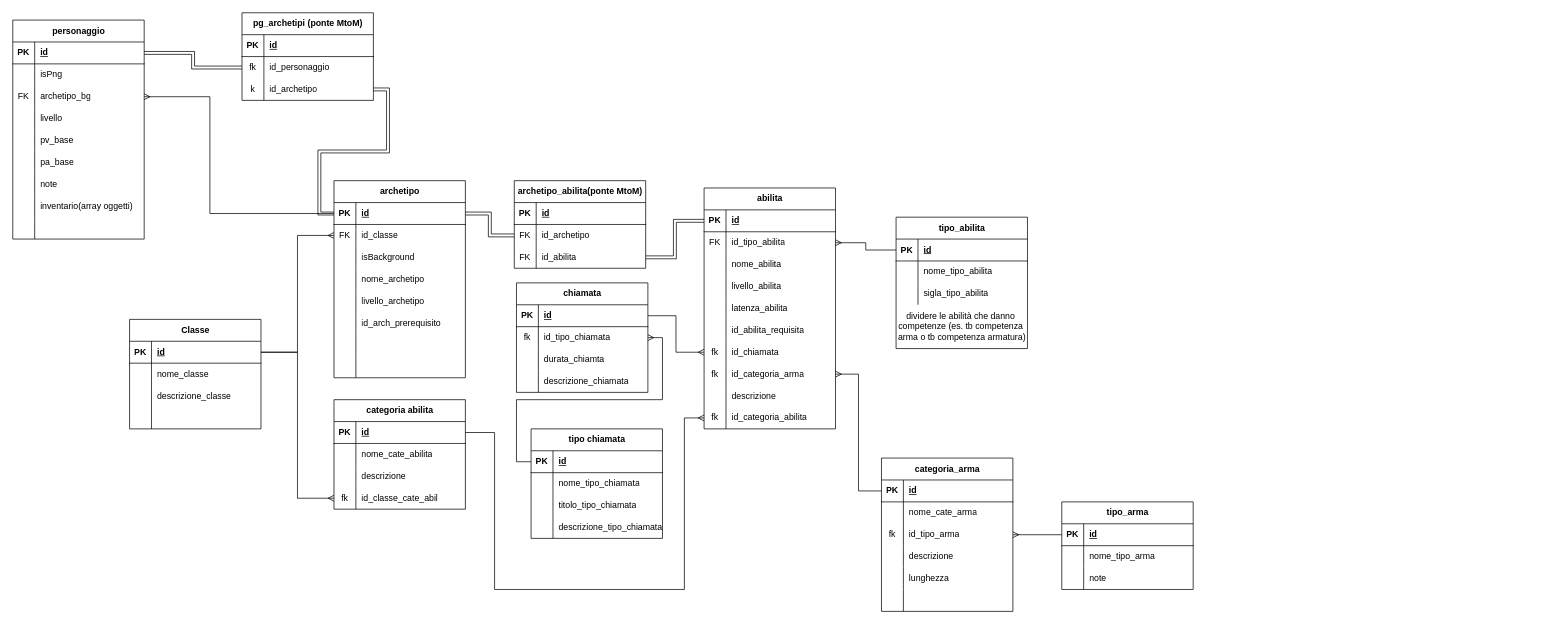
AntonioStrignano/conache-app keeps this draw.io diagram as cronache.drawio. Above is the earlier version. Source tidied: cells renumbered, new cells numbered last; positions are measured from the earlier drawing's top-left corner, leaving out a move shared by most shapes. Both pictures are drawn from the tidied source at 73%, with x=0, y=0 at pixel (12, 12).
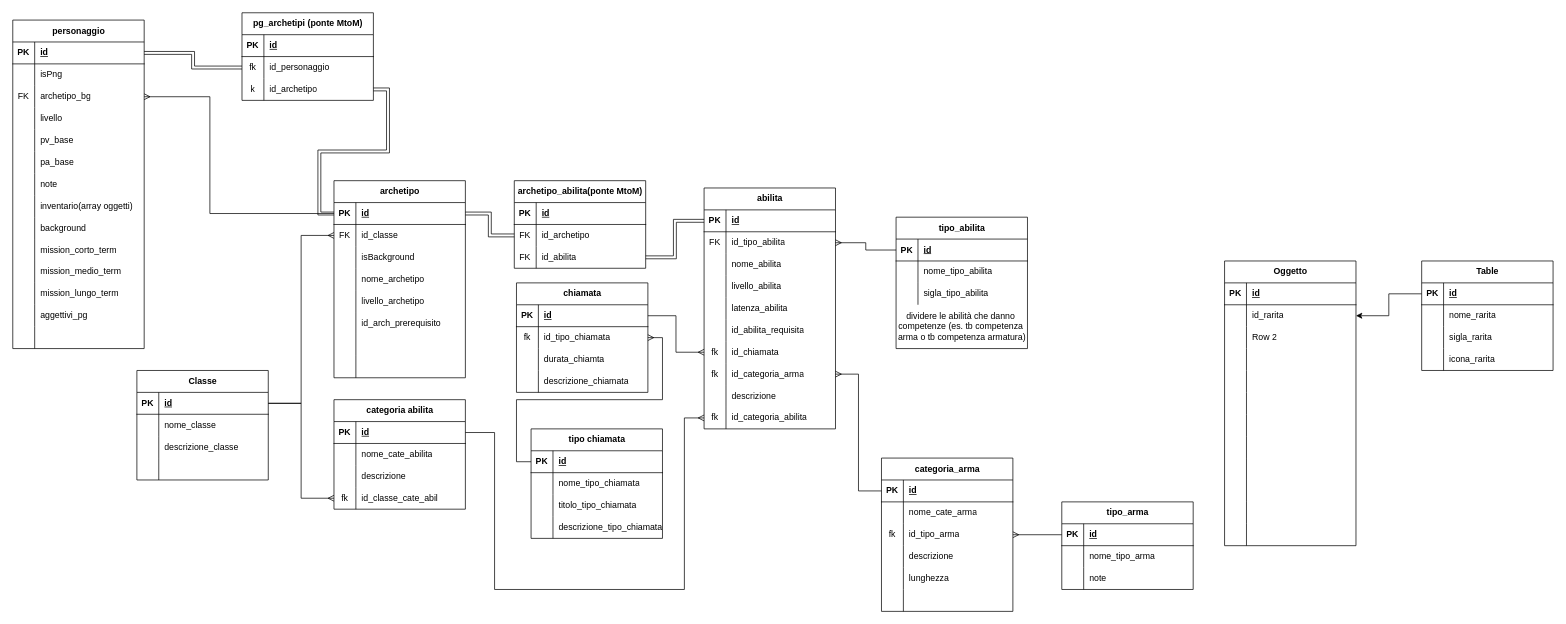
Above is the later version.

Unchanged cells that the change refers to:
```xml
<mxCell id="27" style="shape=tableRow;horizontal=0;startSize=0;swimlaneHead=0;swimlaneBody=0;fillColor=none;top=0;left=0;right=0;bottom=0;" parent="2" vertex="1">
  <mxGeometry y="270" width="180" height="30" as="geometry" />
</mxCell>
```

What changed in the source:
```diff
@@
     <mxCell id="2" value="personaggio" style="shape=table;startSize=30;childLayout=tableLayout;rowLines=0;fontStyle=1;align=center;html=1;" parent="1" vertex="1">
-      <mxGeometry y="10" width="180" height="300" as="geometry" />
+      <mxGeometry y="10" width="180" height="450" as="geometry" />
     </mxCell>
@@
-    <mxCell id="29" style="shape=partialRectangle;fillColor=none;top=0;left=0;bottom=0;right=0;align=left;spacingLeft=6;overflow=hidden;whiteSpace=wrap;html=1;" parent="27" vertex="1">
+    <mxCell id="29" value="background" style="shape=partialRectangle;fillColor=none;top=0;left=0;bottom=0;right=0;align=left;spacingLeft=6;overflow=hidden;whiteSpace=wrap;html=1;" parent="27" vertex="1">
       <mxGeometry x="30" width="150" height="30" as="geometry" />
     </mxCell>
+    <mxCell id="211" style="shape=tableRow;horizontal=0;startSize=0;swimlaneHead=0;swimlaneBody=0;fillColor=none;top=0;left=0;right=0;bottom=0;" parent="2" vertex="1">
+      <mxGeometry y="300" width="180" height="30" as="geometry" />
+    </mxCell>
+    <mxCell id="212" style="shape=partialRectangle;fillColor=none;top=0;left=0;bottom=0;right=0;overflow=hidden;whiteSpace=wrap;html=1;" parent="211" vertex="1">
+      <mxGeometry width="30" height="30" as="geometry" />
+    </mxCell>
+    <mxCell id="213" value="mission_corto_term" style="shape=partialRectangle;fillColor=none;top=0;left=0;bottom=0;right=0;align=left;spacingLeft=6;overflow=hidden;whiteSpace=wrap;html=1;" parent="211" vertex="1">
+      <mxGeometry x="30" width="150" height="30" as="geometry" />
+    </mxCell>
+    <mxCell id="214" style="shape=tableRow;horizontal=0;startSize=0;swimlaneHead=0;swimlaneBody=0;fillColor=none;top=0;left=0;right=0;bottom=0;" parent="2" vertex="1">
+      <mxGeometry y="330" width="180" height="30" as="geometry" />
+    </mxCell>
+    <mxCell id="215" style="shape=partialRectangle;fillColor=none;top=0;left=0;bottom=0;right=0;overflow=hidden;whiteSpace=wrap;html=1;" parent="214" vertex="1">
+      <mxGeometry width="30" height="30" as="geometry" />
+    </mxCell>
+    <mxCell id="216" value="mission_medio_term" style="shape=partialRectangle;fillColor=none;top=0;left=0;bottom=0;right=0;align=left;spacingLeft=6;overflow=hidden;whiteSpace=wrap;html=1;" parent="214" vertex="1">
+      <mxGeometry x="30" width="150" height="30" as="geometry" />
+    </mxCell>
+    <mxCell id="217" style="shape=tableRow;horizontal=0;startSize=0;swimlaneHead=0;swimlaneBody=0;fillColor=none;top=0;left=0;right=0;bottom=0;" parent="2" vertex="1">
+      <mxGeometry y="360" width="180" height="30" as="geometry" />
+    </mxCell>
+    <mxCell id="218" style="shape=partialRectangle;fillColor=none;top=0;left=0;bottom=0;right=0;overflow=hidden;whiteSpace=wrap;html=1;" parent="217" vertex="1">
+      <mxGeometry width="30" height="30" as="geometry" />
+    </mxCell>
+    <mxCell id="219" value="mission_lungo_term" style="shape=partialRectangle;fillColor=none;top=0;left=0;bottom=0;right=0;align=left;spacingLeft=6;overflow=hidden;whiteSpace=wrap;html=1;" parent="217" vertex="1">
+      <mxGeometry x="30" width="150" height="30" as="geometry" />
+    </mxCell>
+    <mxCell id="220" style="shape=tableRow;horizontal=0;startSize=0;swimlaneHead=0;swimlaneBody=0;fillColor=none;top=0;left=0;right=0;bottom=0;" parent="2" vertex="1">
+      <mxGeometry y="390" width="180" height="30" as="geometry" />
+    </mxCell>
+    <mxCell id="221" style="shape=partialRectangle;fillColor=none;top=0;left=0;bottom=0;right=0;overflow=hidden;whiteSpace=wrap;html=1;" parent="220" vertex="1">
+      <mxGeometry width="30" height="30" as="geometry" />
+    </mxCell>
+    <mxCell id="222" value="aggettivi_pg" style="shape=partialRectangle;fillColor=none;top=0;left=0;bottom=0;right=0;align=left;spacingLeft=6;overflow=hidden;whiteSpace=wrap;html=1;" parent="220" vertex="1">
+      <mxGeometry x="30" width="150" height="30" as="geometry" />
+    </mxCell>
+    <mxCell id="223" style="shape=tableRow;horizontal=0;startSize=0;swimlaneHead=0;swimlaneBody=0;fillColor=none;top=0;left=0;right=0;bottom=0;" parent="2" vertex="1">
+      <mxGeometry y="420" width="180" height="30" as="geometry" />
+    </mxCell>
+    <mxCell id="224" style="shape=partialRectangle;fillColor=none;top=0;left=0;bottom=0;right=0;overflow=hidden;whiteSpace=wrap;html=1;" parent="223" vertex="1">
+      <mxGeometry width="30" height="30" as="geometry" />
+    </mxCell>
+    <mxCell id="225" style="shape=partialRectangle;fillColor=none;top=0;left=0;bottom=0;right=0;align=left;spacingLeft=6;overflow=hidden;whiteSpace=wrap;html=1;" parent="223" vertex="1">
+      <mxGeometry x="30" width="150" height="30" as="geometry" />
+    </mxCell>
@@
     <mxCell id="136" value="Classe" style="shape=table;startSize=30;childLayout=tableLayout;rowLines=0;fontStyle=1;align=center;html=1;" parent="1" vertex="1">
-      <mxGeometry x="160" y="420" width="180" height="150" as="geometry" />
+      <mxGeometry x="170" y="490" width="180" height="150" as="geometry" />
     </mxCell>
@@
+    <mxCell id="226" value="Oggetto" style="shape=table;startSize=30;childLayout=tableLayout;rowLines=0;fontStyle=1;align=center;html=1;" parent="1" vertex="1">
+      <mxGeometry x="1660" y="340" width="180" height="390" as="geometry" />
+    </mxCell>
+    <mxCell id="227" style="shape=tableRow;horizontal=0;startSize=0;swimlaneHead=0;swimlaneBody=0;fillColor=none;top=0;left=0;right=0;bottom=1;" parent="226" vertex="1">
+      <mxGeometry y="30" width="180" height="30" as="geometry" />
+    </mxCell>
+    <mxCell id="228" value="PK" style="shape=partialRectangle;fillColor=none;top=0;left=0;bottom=0;right=0;fontStyle=1;overflow=hidden;whiteSpace=wrap;html=1;" parent="227" vertex="1">
+      <mxGeometry width="30" height="30" as="geometry" />
+    </mxCell>
+    <mxCell id="229" value="id" style="shape=partialRectangle;fillColor=none;top=0;left=0;bottom=0;right=0;align=left;spacingLeft=6;fontStyle=5;overflow=hidden;whiteSpace=wrap;html=1;" parent="227" vertex="1">
+      <mxGeometry x="30" width="150" height="30" as="geometry" />
+    </mxCell>
+    <mxCell id="230" style="shape=tableRow;horizontal=0;startSize=0;swimlaneHead=0;swimlaneBody=0;fillColor=none;points=[[0,0.5],[1,0.5]];portConstraint=eastwest;top=0;left=0;right=0;bottom=0;" parent="226" vertex="1">
+      <mxGeometry y="60" width="180" height="30" as="geometry" />
+    </mxCell>
+    <mxCell id="231" style="shape=partialRectangle;fillColor=none;top=0;left=0;bottom=0;right=0;overflow=hidden;whiteSpace=wrap;html=1;" parent="230" vertex="1">
+      <mxGeometry width="30" height="30" as="geometry" />
+    </mxCell>
+    <mxCell id="232" value="id_rarita" style="shape=partialRectangle;fillColor=none;top=0;left=0;bottom=0;right=0;align=left;spacingLeft=6;overflow=hidden;whiteSpace=wrap;html=1;" parent="230" vertex="1">
+      <mxGeometry x="30" width="150" height="30" as="geometry" />
+    </mxCell>
+    <mxCell id="233" style="shape=tableRow;horizontal=0;startSize=0;swimlaneHead=0;swimlaneBody=0;fillColor=none;top=0;left=0;right=0;bottom=0;" parent="226" vertex="1">
+      <mxGeometry y="90" width="180" height="30" as="geometry" />
+    </mxCell>
+    <mxCell id="234" style="shape=partialRectangle;fillColor=none;top=0;left=0;bottom=0;right=0;overflow=hidden;whiteSpace=wrap;html=1;" parent="233" vertex="1">
+      <mxGeometry width="30" height="30" as="geometry" />
+    </mxCell>
+    <mxCell id="235" value="Row 2" style="shape=partialRectangle;fillColor=none;top=0;left=0;bottom=0;right=0;align=left;spacingLeft=6;overflow=hidden;whiteSpace=wrap;html=1;" parent="233" vertex="1">
+      <mxGeometry x="30" width="150" height="30" as="geometry" />
+    </mxCell>
+    <mxCell id="236" style="shape=tableRow;horizontal=0;startSize=0;swimlaneHead=0;swimlaneBody=0;fillColor=none;top=0;left=0;right=0;bottom=0;" parent="226" vertex="1">
+      <mxGeometry y="120" width="180" height="30" as="geometry" />
+    </mxCell>
+    <mxCell id="237" style="shape=partialRectangle;fillColor=none;top=0;left=0;bottom=0;right=0;overflow=hidden;whiteSpace=wrap;html=1;" parent="236" vertex="1">
+      <mxGeometry width="30" height="30" as="geometry" />
+    </mxCell>
+    <mxCell id="238" style="shape=partialRectangle;fillColor=none;top=0;left=0;bottom=0;right=0;align=left;spacingLeft=6;overflow=hidden;whiteSpace=wrap;html=1;" parent="236" vertex="1">
+      <mxGeometry x="30" width="150" height="30" as="geometry" />
+    </mxCell>
+    <mxCell id="239" style="shape=tableRow;horizontal=0;startSize=0;swimlaneHead=0;swimlaneBody=0;fillColor=none;top=0;left=0;right=0;bottom=0;" parent="226" vertex="1">
+      <mxGeometry y="150" width="180" height="30" as="geometry" />
+    </mxCell>
+    <mxCell id="240" style="shape=partialRectangle;fillColor=none;top=0;left=0;bottom=0;right=0;overflow=hidden;whiteSpace=wrap;html=1;" parent="239" vertex="1">
+      <mxGeometry width="30" height="30" as="geometry" />
+    </mxCell>
+    <mxCell id="241" style="shape=partialRectangle;fillColor=none;top=0;left=0;bottom=0;right=0;align=left;spacingLeft=6;overflow=hidden;whiteSpace=wrap;html=1;" parent="239" vertex="1">
+      <mxGeometry x="30" width="150" height="30" as="geometry" />
+    </mxCell>
+    <mxCell id="242" style="shape=tableRow;horizontal=0;startSize=0;swimlaneHead=0;swimlaneBody=0;fillColor=none;top=0;left=0;right=0;bottom=0;" parent="226" vertex="1">
+      <mxGeometry y="180" width="180" height="30" as="geometry" />
+    </mxCell>
+    <mxCell id="243" style="shape=partialRectangle;fillColor=none;top=0;left=0;bottom=0;right=0;overflow=hidden;whiteSpace=wrap;html=1;" parent="242" vertex="1">
+      <mxGeometry width="30" height="30" as="geometry" />
+    </mxCell>
+    <mxCell id="244" style="shape=partialRectangle;fillColor=none;top=0;left=0;bottom=0;right=0;align=left;spacingLeft=6;overflow=hidden;whiteSpace=wrap;html=1;" parent="242" vertex="1">
+      <mxGeometry x="30" width="150" height="30" as="geometry" />
+    </mxCell>
+    <mxCell id="245" style="shape=tableRow;horizontal=0;startSize=0;swimlaneHead=0;swimlaneBody=0;fillColor=none;top=0;left=0;right=0;bottom=0;" parent="226" vertex="1">
+      <mxGeometry y="210" width="180" height="30" as="geometry" />
+    </mxCell>
+    <mxCell id="246" style="shape=partialRectangle;fillColor=none;top=0;left=0;bottom=0;right=0;overflow=hidden;whiteSpace=wrap;html=1;" parent="245" vertex="1">
+      <mxGeometry width="30" height="30" as="geometry" />
+    </mxCell>
+    <mxCell id="247" style="shape=partialRectangle;fillColor=none;top=0;left=0;bottom=0;right=0;align=left;spacingLeft=6;overflow=hidden;whiteSpace=wrap;html=1;" parent="245" vertex="1">
+      <mxGeometry x="30" width="150" height="30" as="geometry" />
+    </mxCell>
+    <mxCell id="248" style="shape=tableRow;horizontal=0;startSize=0;swimlaneHead=0;swimlaneBody=0;fillColor=none;top=0;left=0;right=0;bottom=0;" parent="226" vertex="1">
+      <mxGeometry y="240" width="180" height="30" as="geometry" />
+    </mxCell>
+    <mxCell id="249" style="shape=partialRectangle;fillColor=none;top=0;left=0;bottom=0;right=0;overflow=hidden;whiteSpace=wrap;html=1;" parent="248" vertex="1">
+      <mxGeometry width="30" height="30" as="geometry" />
+    </mxCell>
+    <mxCell id="250" style="shape=partialRectangle;fillColor=none;top=0;left=0;bottom=0;right=0;align=left;spacingLeft=6;overflow=hidden;whiteSpace=wrap;html=1;" parent="248" vertex="1">
+      <mxGeometry x="30" width="150" height="30" as="geometry" />
+    </mxCell>
+    <mxCell id="251" style="shape=tableRow;horizontal=0;startSize=0;swimlaneHead=0;swimlaneBody=0;fillColor=none;top=0;left=0;right=0;bottom=0;" parent="226" vertex="1">
+      <mxGeometry y="270" width="180" height="30" as="geometry" />
+    </mxCell>
+    <mxCell id="252" style="shape=partialRectangle;fillColor=none;top=0;left=0;bottom=0;right=0;overflow=hidden;whiteSpace=wrap;html=1;" parent="251" vertex="1">
+      <mxGeometry width="30" height="30" as="geometry" />
+    </mxCell>
+    <mxCell id="253" style="shape=partialRectangle;fillColor=none;top=0;left=0;bottom=0;right=0;align=left;spacingLeft=6;overflow=hidden;whiteSpace=wrap;html=1;" parent="251" vertex="1">
+      <mxGeometry x="30" width="150" height="30" as="geometry" />
+    </mxCell>
+    <mxCell id="254" style="shape=tableRow;horizontal=0;startSize=0;swimlaneHead=0;swimlaneBody=0;fillColor=none;top=0;left=0;right=0;bottom=0;" parent="226" vertex="1">
+      <mxGeometry y="300" width="180" height="30" as="geometry" />
+    </mxCell>
+    <mxCell id="255" style="shape=partialRectangle;fillColor=none;top=0;left=0;bottom=0;right=0;overflow=hidden;whiteSpace=wrap;html=1;" parent="254" vertex="1">
+      <mxGeometry width="30" height="30" as="geometry" />
+    </mxCell>
+    <mxCell id="256" style="shape=partialRectangle;fillColor=none;top=0;left=0;bottom=0;right=0;align=left;spacingLeft=6;overflow=hidden;whiteSpace=wrap;html=1;" parent="254" vertex="1">
+      <mxGeometry x="30" width="150" height="30" as="geometry" />
+    </mxCell>
+    <mxCell id="257" style="shape=tableRow;horizontal=0;startSize=0;swimlaneHead=0;swimlaneBody=0;fillColor=none;top=0;left=0;right=0;bottom=0;" parent="226" vertex="1">
+      <mxGeometry y="330" width="180" height="30" as="geometry" />
+    </mxCell>
+    <mxCell id="258" style="shape=partialRectangle;fillColor=none;top=0;left=0;bottom=0;right=0;overflow=hidden;whiteSpace=wrap;html=1;" parent="257" vertex="1">
+      <mxGeometry width="30" height="30" as="geometry" />
+    </mxCell>
+    <mxCell id="259" style="shape=partialRectangle;fillColor=none;top=0;left=0;bottom=0;right=0;align=left;spacingLeft=6;overflow=hidden;whiteSpace=wrap;html=1;" parent="257" vertex="1">
+      <mxGeometry x="30" width="150" height="30" as="geometry" />
+    </mxCell>
+    <mxCell id="260" style="shape=tableRow;horizontal=0;startSize=0;swimlaneHead=0;swimlaneBody=0;fillColor=none;top=0;left=0;right=0;bottom=0;" parent="226" vertex="1">
+      <mxGeometry y="360" width="180" height="30" as="geometry" />
+    </mxCell>
+    <mxCell id="261" style="shape=partialRectangle;fillColor=none;top=0;left=0;bottom=0;right=0;overflow=hidden;whiteSpace=wrap;html=1;" parent="260" vertex="1">
+      <mxGeometry width="30" height="30" as="geometry" />
+    </mxCell>
+    <mxCell id="262" style="shape=partialRectangle;fillColor=none;top=0;left=0;bottom=0;right=0;align=left;spacingLeft=6;overflow=hidden;whiteSpace=wrap;html=1;" parent="260" vertex="1">
+      <mxGeometry x="30" width="150" height="30" as="geometry" />
+    </mxCell>
+    <mxCell id="263" value="Table" style="shape=table;startSize=30;childLayout=tableLayout;rowLines=0;fontStyle=1;align=center;html=1;" parent="1" vertex="1">
+      <mxGeometry x="1930" y="340" width="180" height="150" as="geometry" />
+    </mxCell>
+    <mxCell id="264" style="shape=tableRow;horizontal=0;startSize=0;swimlaneHead=0;swimlaneBody=0;fillColor=none;points=[[0,0.5],[1,0.5]];portConstraint=eastwest;top=0;left=0;right=0;bottom=1;" parent="263" vertex="1">
+      <mxGeometry y="30" width="180" height="30" as="geometry" />
+    </mxCell>
+    <mxCell id="265" value="PK" style="shape=partialRectangle;fillColor=none;top=0;left=0;bottom=0;right=0;fontStyle=1;overflow=hidden;whiteSpace=wrap;html=1;" parent="264" vertex="1">
+      <mxGeometry width="30" height="30" as="geometry" />
+    </mxCell>
+    <mxCell id="266" value="id" style="shape=partialRectangle;fillColor=none;top=0;left=0;bottom=0;right=0;align=left;spacingLeft=6;fontStyle=5;overflow=hidden;whiteSpace=wrap;html=1;" parent="264" vertex="1">
+      <mxGeometry x="30" width="150" height="30" as="geometry" />
+    </mxCell>
+    <mxCell id="267" style="shape=tableRow;horizontal=0;startSize=0;swimlaneHead=0;swimlaneBody=0;fillColor=none;top=0;left=0;right=0;bottom=0;" parent="263" vertex="1">
+      <mxGeometry y="60" width="180" height="30" as="geometry" />
+    </mxCell>
+    <mxCell id="268" style="shape=partialRectangle;fillColor=none;top=0;left=0;bottom=0;right=0;overflow=hidden;whiteSpace=wrap;html=1;" parent="267" vertex="1">
+      <mxGeometry width="30" height="30" as="geometry" />
+    </mxCell>
+    <mxCell id="269" value="nome_rarita" style="shape=partialRectangle;fillColor=none;top=0;left=0;bottom=0;right=0;align=left;spacingLeft=6;overflow=hidden;whiteSpace=wrap;html=1;" parent="267" vertex="1">
+      <mxGeometry x="30" width="150" height="30" as="geometry" />
+    </mxCell>
+    <mxCell id="270" style="shape=tableRow;horizontal=0;startSize=0;swimlaneHead=0;swimlaneBody=0;fillColor=none;top=0;left=0;right=0;bottom=0;" parent="263" vertex="1">
+      <mxGeometry y="90" width="180" height="30" as="geometry" />
+    </mxCell>
+    <mxCell id="271" style="shape=partialRectangle;fillColor=none;top=0;left=0;bottom=0;right=0;overflow=hidden;whiteSpace=wrap;html=1;" parent="270" vertex="1">
+      <mxGeometry width="30" height="30" as="geometry" />
+    </mxCell>
+    <mxCell id="272" value="sigla_rarita" style="shape=partialRectangle;fillColor=none;top=0;left=0;bottom=0;right=0;align=left;spacingLeft=6;overflow=hidden;whiteSpace=wrap;html=1;" parent="270" vertex="1">
+      <mxGeometry x="30" width="150" height="30" as="geometry" />
+    </mxCell>
+    <mxCell id="273" style="shape=tableRow;horizontal=0;startSize=0;swimlaneHead=0;swimlaneBody=0;fillColor=none;top=0;left=0;right=0;bottom=0;" parent="263" vertex="1">
+      <mxGeometry y="120" width="180" height="30" as="geometry" />
+    </mxCell>
+    <mxCell id="274" style="shape=partialRectangle;fillColor=none;top=0;left=0;bottom=0;right=0;overflow=hidden;whiteSpace=wrap;html=1;" parent="273" vertex="1">
+      <mxGeometry width="30" height="30" as="geometry" />
+    </mxCell>
+    <mxCell id="275" value="icona_rarita" style="shape=partialRectangle;fillColor=none;top=0;left=0;bottom=0;right=0;align=left;spacingLeft=6;overflow=hidden;whiteSpace=wrap;html=1;" parent="273" vertex="1">
+      <mxGeometry x="30" width="150" height="30" as="geometry" />
+    </mxCell>
+    <mxCell id="276" style="edgeStyle=orthogonalEdgeStyle;rounded=0;jettySize=auto;html=1;" parent="1" edge="1" source="264" target="230">
+      <mxGeometry relative="1" as="geometry" />
+    </mxCell>
```
